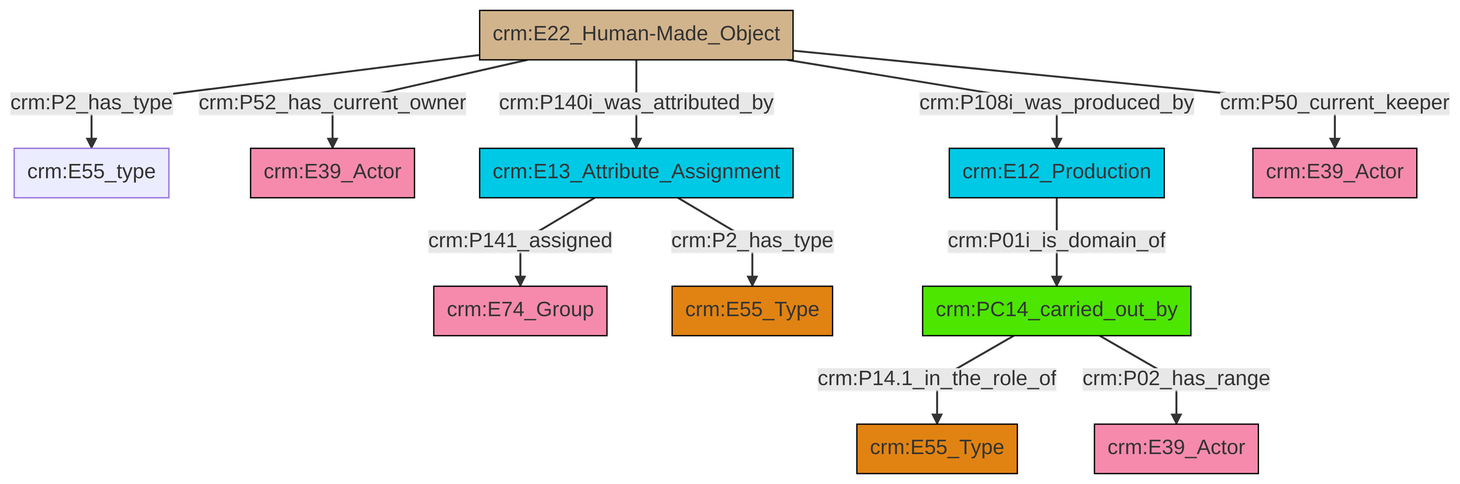
Before: et/artworkCSV/ttl/mmd/png/Artwork_Actor_Relations.png, a diagram exported from Mermaid (swiss-art-research-net/docs.swissartresearch). Its source is kept beside it as et/artworkCSV/ttl/mmd/Artwork_Actor_Relations.ttl.mmd.
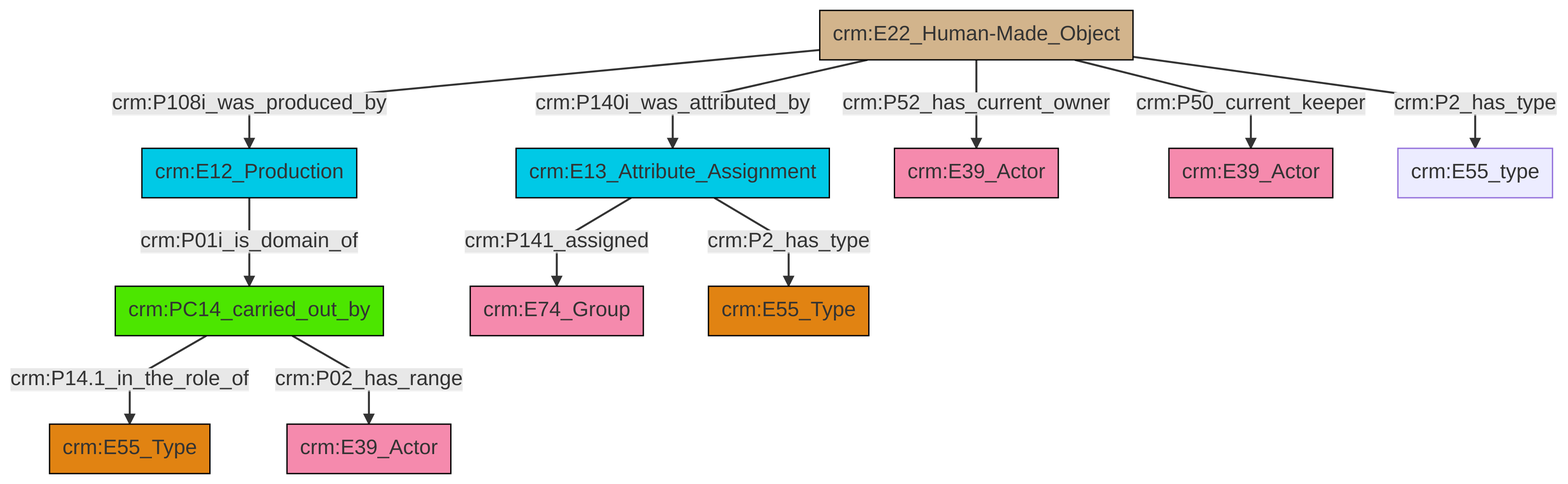
Later version of the same file.

The edit, as a diff of the source:
```diff
@@ -13,13 +13,13 @@
 classDef PC_Classes fill:#4ce600, stroke:#000000;
 classDef Multi fill:#cccccc,stroke:#000000;
 
-0["crm:E22_Human-Made_Object"]:::Physical_Thing -->|crm:P2_has_type| 1["crm:E55_type"]:::Default
-0["crm:E22_Human-Made_Object"]:::Physical_Thing -->|crm:P52_has_current_owner| 8["crm:E39_Actor"]:::Actor
-4["crm:E12_Production"]:::Temporal_Entity -->|crm:P01i_is_domain_of| 9["crm:PC14_carried_out_by"]:::PC_Classes
-0["crm:E22_Human-Made_Object"]:::Physical_Thing -->|crm:P140i_was_attributed_by| 13["crm:E13_Attribute_Assignment"]:::Temporal_Entity
-0["crm:E22_Human-Made_Object"]:::Physical_Thing -->|crm:P108i_was_produced_by| 4["crm:E12_Production"]:::Temporal_Entity
-9["crm:PC14_carried_out_by"]:::PC_Classes -->|crm:P14.1_in_the_role_of| 6["crm:E55_Type"]:::Type
-0["crm:E22_Human-Made_Object"]:::Physical_Thing -->|crm:P50_current_keeper| 18["crm:E39_Actor"]:::Actor
-9["crm:PC14_carried_out_by"]:::PC_Classes -->|crm:P02_has_range| 19["crm:E39_Actor"]:::Actor
-13["crm:E13_Attribute_Assignment"]:::Temporal_Entity -->|crm:P141_assigned| 10["crm:E74_Group"]:::Actor
-13["crm:E13_Attribute_Assignment"]:::Temporal_Entity -->|crm:P2_has_type| 2["crm:E55_Type"]:::Type
+2["crm:E22_Human-Made_Object"]:::Physical_Thing -->|crm:P140i_was_attributed_by| 3["crm:E13_Attribute_Assignment"]:::Temporal_Entity
+2["crm:E22_Human-Made_Object"]:::Physical_Thing -->|crm:P108i_was_produced_by| 0["crm:E12_Production"]:::Temporal_Entity
+3["crm:E13_Attribute_Assignment"]:::Temporal_Entity -->|crm:P2_has_type| 14["crm:E55_Type"]:::Type
+2["crm:E22_Human-Made_Object"]:::Physical_Thing -->|crm:P52_has_current_owner| 10["crm:E39_Actor"]:::Actor
+2["crm:E22_Human-Made_Object"]:::Physical_Thing -->|crm:P50_current_keeper| 12["crm:E39_Actor"]:::Actor
+2["crm:E22_Human-Made_Object"]:::Physical_Thing -->|crm:P2_has_type| 16["crm:E55_type"]:::Default
+4["crm:PC14_carried_out_by"]:::PC_Classes -->|crm:P14.1_in_the_role_of| 6["crm:E55_Type"]:::Type
+4["crm:PC14_carried_out_by"]:::PC_Classes -->|crm:P02_has_range| 19["crm:E39_Actor"]:::Actor
+3["crm:E13_Attribute_Assignment"]:::Temporal_Entity -->|crm:P141_assigned| 8["crm:E74_Group"]:::Actor
+0["crm:E12_Production"]:::Temporal_Entity -->|crm:P01i_is_domain_of| 4["crm:PC14_carried_out_by"]:::PC_Classes
```
